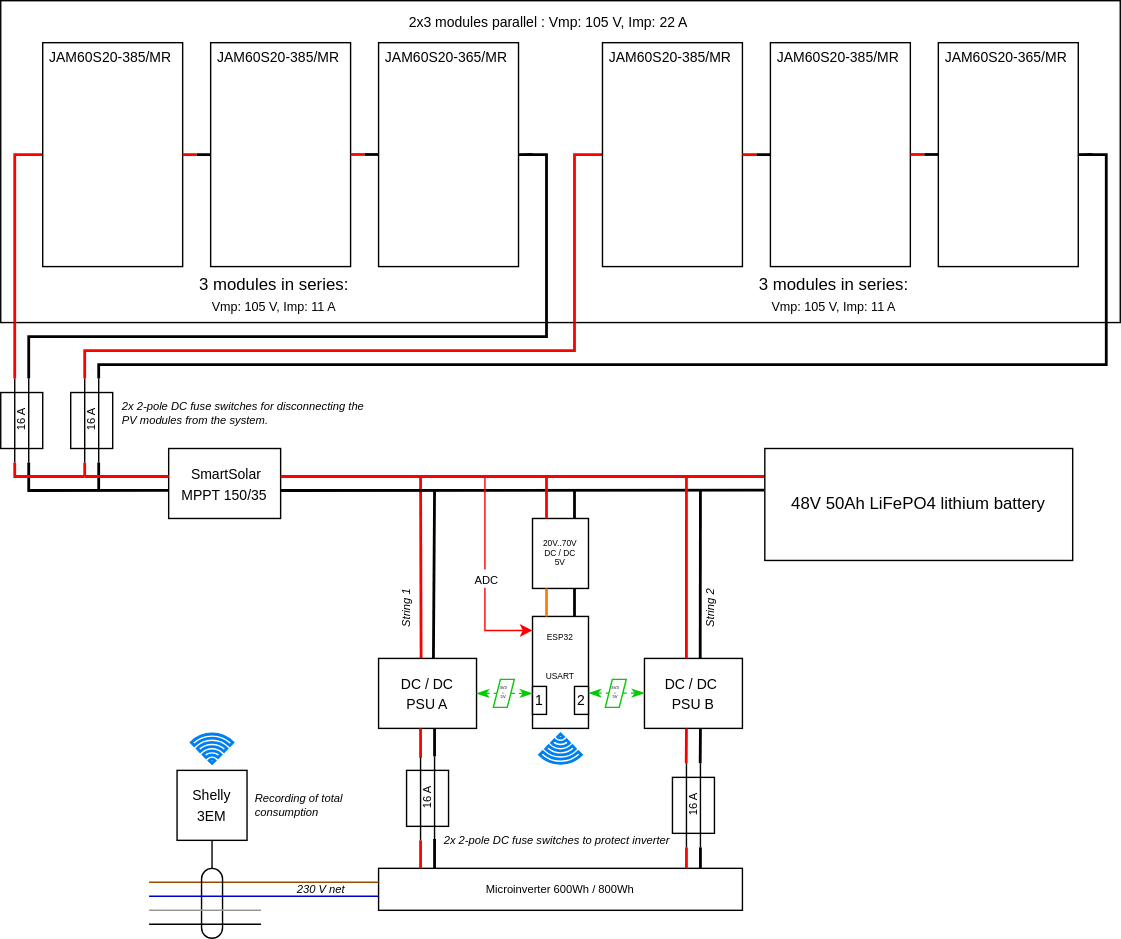
Above: docs/images/system_setup.drawio.svg in JoTid/PVZero (draw.io), before the change. Source tidied: cells renumbered, new cells last; positions are measured from the earlier drawing's top-left corner, leaving out a move shared by most shapes.
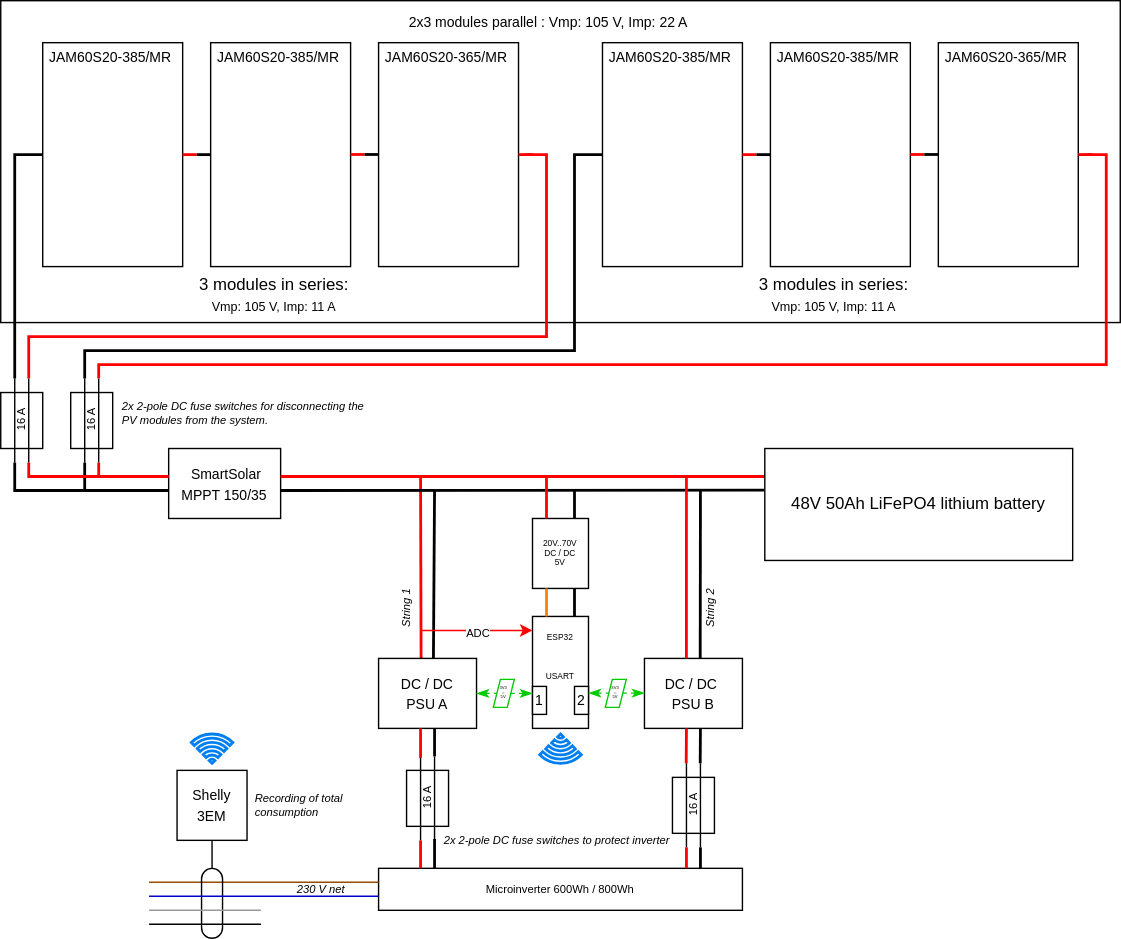
The same file after the commit.

What changed in the source:
```diff
@@ -38,7 +38,7 @@
     <mxCell id="11" style="group;" parent="8" vertex="1">
       <mxGeometry x="410" y="30" width="380" height="200" as="geometry" />
     </mxCell>
-    <mxCell id="12" style="endArrow=none;html=1;rounded=0;entryX=0;entryY=0.5;entryDx=0;entryDy=0;strokeWidth=2;strokeColor=#FF0000;" parent="11" edge="1" target="13">
+    <mxCell id="12" style="endArrow=none;html=1;rounded=0;entryX=0;entryY=0.5;entryDx=0;entryDy=0;strokeWidth=2;strokeColor=#000000;" parent="11" edge="1" target="13">
       <mxGeometry relative="1" as="geometry">
         <mxPoint y="200" as="sourcePoint" />
         <Array as="points">
@@ -86,7 +86,7 @@
     <mxCell id="22" value="JAM60S20-385/MR" style="text;whiteSpace=wrap;fontSize=10;spacing=0;" parent="11" vertex="1">
       <mxGeometry x="145" width="90" height="20" as="geometry" />
     </mxCell>
-    <mxCell id="23" style="endArrow=none;html=1;rounded=0;strokeWidth=2;strokeColor=#000000;" parent="11" edge="1">
+    <mxCell id="23" style="endArrow=none;html=1;rounded=0;strokeWidth=2;strokeColor=#FF0000;" parent="11" edge="1">
       <mxGeometry relative="1" as="geometry">
         <mxPoint x="370" y="79.9" as="sourcePoint" />
         <mxPoint x="380" y="200" as="targetPoint" />
@@ -102,7 +102,7 @@
     <mxCell id="25" style="group;" parent="8" vertex="1">
       <mxGeometry x="10" y="30" width="380" height="200" as="geometry" />
     </mxCell>
-    <mxCell id="26" style="endArrow=none;html=1;rounded=0;entryX=0;entryY=0.5;entryDx=0;entryDy=0;strokeWidth=2;strokeColor=#FF0000;" parent="25" edge="1" target="27">
+    <mxCell id="26" style="endArrow=none;html=1;rounded=0;entryX=0;entryY=0.5;entryDx=0;entryDy=0;strokeWidth=2;strokeColor=#000000;" parent="25" edge="1" target="27">
       <mxGeometry relative="1" as="geometry">
         <mxPoint y="200" as="sourcePoint" />
         <Array as="points">
@@ -150,7 +150,7 @@
     <mxCell id="36" value="JAM60S20-385/MR" style="text;whiteSpace=wrap;fontSize=10;spacing=0;" parent="25" vertex="1">
       <mxGeometry x="145" width="90" height="20" as="geometry" />
     </mxCell>
-    <mxCell id="37" style="endArrow=none;html=1;rounded=0;strokeWidth=2;strokeColor=#000000;" parent="25" edge="1">
+    <mxCell id="37" style="endArrow=none;html=1;rounded=0;strokeWidth=2;strokeColor=#FF0000;" parent="25" edge="1">
       <mxGeometry relative="1" as="geometry">
         <mxPoint x="370" y="79.9" as="sourcePoint" />
         <mxPoint x="380" y="200" as="targetPoint" />
@@ -173,13 +173,13 @@
         <mxPoint x="315" y="350" as="targetPoint" />
       </mxGeometry>
     </mxCell>
-    <mxCell id="41" style="endArrow=none;html=1;rounded=0;strokeWidth=2;strokeColor=#FF0000;" parent="1" edge="1">
+    <mxCell id="41" style="endArrow=none;html=1;rounded=0;strokeWidth=2;strokeColor=#000000;" parent="1" edge="1">
       <mxGeometry relative="1" as="geometry">
         <mxPoint x="15" y="270" as="sourcePoint" />
         <mxPoint x="15" y="230" as="targetPoint" />
       </mxGeometry>
     </mxCell>
-    <mxCell id="42" style="endArrow=none;html=1;rounded=0;strokeWidth=2;" parent="1" edge="1">
+    <mxCell id="42" style="endArrow=none;html=1;rounded=0;strokeWidth=2;strokeColor=#FF0000;" parent="1" edge="1">
       <mxGeometry relative="1" as="geometry">
         <mxPoint x="25" y="270" as="sourcePoint" />
         <mxPoint x="395" y="230" as="targetPoint" />
@@ -210,7 +210,7 @@
     <mxCell id="47" value="16 A" style="text;html=1;align=center;verticalAlign=middle;strokeColor=none;fillColor=none;fontSize=8;rotation=-90;spacing=0;" parent="43" vertex="1">
       <mxGeometry x="-5" y="20" width="40" height="20" as="geometry" />
     </mxCell>
-    <mxCell id="48" style="endArrow=none;html=1;rounded=0;strokeWidth=2;" parent="1" edge="1">
+    <mxCell id="48" style="endArrow=none;html=1;rounded=0;strokeWidth=2;strokeColor=#FF0000;" parent="1" edge="1">
       <mxGeometry relative="1" as="geometry">
         <mxPoint x="75" y="270" as="sourcePoint" />
         <mxPoint x="795" y="230" as="targetPoint" />
@@ -220,7 +220,7 @@
         </Array>
       </mxGeometry>
     </mxCell>
-    <mxCell id="49" style="endArrow=none;html=1;rounded=0;strokeWidth=2;strokeColor=#FF0000;" parent="1" edge="1">
+    <mxCell id="49" style="endArrow=none;html=1;rounded=0;strokeWidth=2;strokeColor=#000000;" parent="1" edge="1">
       <mxGeometry relative="1" as="geometry">
         <mxPoint x="65" y="270" as="sourcePoint" />
         <mxPoint x="415" y="230" as="targetPoint" />
@@ -236,24 +236,25 @@
     <mxCell id="51" value="&lt;font style=&quot;font-size: 10px;&quot;&gt;&amp;nbsp;SmartSolar MPPT 150/35&lt;/font&gt;" style="rounded=0;whiteSpace=wrap;html=1;" parent="50" vertex="1">
       <mxGeometry width="80" height="50" as="geometry" />
     </mxCell>
-    <mxCell id="52" style="endArrow=none;html=1;rounded=0;strokeWidth=2;exitX=0.002;exitY=0.597;exitDx=0;exitDy=0;exitPerimeter=0;" parent="1" edge="1" source="51">
+    <mxCell id="52" style="endArrow=none;html=1;rounded=0;strokeWidth=2;" parent="1" edge="1">
       <mxGeometry relative="1" as="geometry">
-        <mxPoint x="25" y="330" as="targetPoint" />
+        <mxPoint x="125" y="350" as="sourcePoint" />
+        <mxPoint x="15" y="330" as="targetPoint" />
         <Array as="points">
-          <mxPoint x="25" y="350" />
+          <mxPoint x="15" y="350" />
         </Array>
       </mxGeometry>
     </mxCell>
     <mxCell id="53" style="endArrow=none;html=1;rounded=0;strokeWidth=2;strokeColor=#FF0000;" parent="1" edge="1">
       <mxGeometry relative="1" as="geometry">
-        <mxPoint x="65" y="340" as="sourcePoint" />
-        <mxPoint x="65" y="330" as="targetPoint" />
+        <mxPoint x="75" y="340" as="sourcePoint" />
+        <mxPoint x="75" y="330" as="targetPoint" />
       </mxGeometry>
     </mxCell>
     <mxCell id="54" style="endArrow=none;html=1;rounded=0;strokeWidth=2;" parent="1" edge="1">
       <mxGeometry relative="1" as="geometry">
-        <mxPoint x="75" y="350" as="sourcePoint" />
-        <mxPoint x="75" y="330" as="targetPoint" />
+        <mxPoint x="65" y="350" as="sourcePoint" />
+        <mxPoint x="65" y="330" as="targetPoint" />
       </mxGeometry>
     </mxCell>
     <mxCell id="55" style="endArrow=none;html=1;rounded=0;strokeWidth=2;strokeColor=#FF0000;exitX=0;exitY=0.25;exitDx=0;exitDy=0;" parent="1" edge="1">
@@ -265,9 +266,9 @@
     <mxCell id="56" style="endArrow=none;html=1;rounded=0;strokeWidth=2;strokeColor=#FF0000;exitX=0;exitY=0.25;exitDx=0;exitDy=0;" parent="1" edge="1">
       <mxGeometry relative="1" as="geometry">
         <mxPoint x="65" y="340" as="sourcePoint" />
-        <mxPoint x="15" y="330" as="targetPoint" />
+        <mxPoint x="25" y="330" as="targetPoint" />
         <Array as="points">
-          <mxPoint x="15" y="340" />
+          <mxPoint x="25" y="340" />
         </Array>
       </mxGeometry>
     </mxCell>
@@ -505,18 +506,6 @@
     <mxCell id="113" value="48V 50Ah LiFePO4 lithium battery" style="rounded=0;whiteSpace=wrap;html=1;" parent="112" vertex="1">
       <mxGeometry width="220" height="80" as="geometry" />
     </mxCell>
-    <mxCell id="114" style="endArrow=classic;html=1;rounded=0;fontColor=none;strokeColor=#FF0000;noLabel=1;" parent="1" edge="1">
-      <mxGeometry relative="1" as="geometry">
-        <mxPoint x="351" y="340" as="sourcePoint" />
-        <mxPoint x="385" y="450" as="targetPoint" />
-        <Array as="points">
-          <mxPoint x="351" y="450" />
-        </Array>
-      </mxGeometry>
-    </mxCell>
-    <mxCell id="115" value="&lt;font style=&quot;font-size: 8px;&quot;&gt;ADC&lt;/font&gt;" style="edgeLabel;html=1;align=center;verticalAlign=middle;" parent="114" vertex="1">
-      <mxGeometry relative="1" as="geometry" />
-    </mxCell>
     <mxCell id="116" style="group;" parent="1" vertex="1">
       <mxGeometry x="349" y="485" width="30" height="20" as="geometry" />
     </mxCell>
@@ -544,5 +533,16 @@
     <mxCell id="124" value="&lt;div style=&quot;&quot;&gt;&lt;i&gt;String 2&lt;/i&gt;&lt;/div&gt;" style="text;html=1;align=left;verticalAlign=middle;strokeColor=none;fillColor=none;fontSize=8;rotation=-90;" parent="1" vertex="1">
       <mxGeometry x="487" y="415" width="50" height="20" as="geometry" />
     </mxCell>
+    <mxCell id="125" style="endArrow=classic;html=1;rounded=0;fontColor=none;strokeColor=#FF0000;noLabel=1;exitX=0;exitY=1.029;exitDx=0;exitDy=0;exitPerimeter=0;" parent="1" edge="1" source="123">
+      <mxGeometry relative="1" as="geometry">
+        <mxPoint x="385" y="450" as="targetPoint" />
+        <Array as="points">
+          <mxPoint x="351" y="450" />
+        </Array>
+      </mxGeometry>
+    </mxCell>
+    <mxCell id="115" value="&lt;font style=&quot;font-size: 8px;&quot;&gt;ADC&lt;/font&gt;" style="edgeLabel;html=1;align=center;verticalAlign=middle;" parent="125" vertex="1">
+      <mxGeometry relative="1" as="geometry" />
+    </mxCell>
   </root>
 </mxGraphModel>
```
